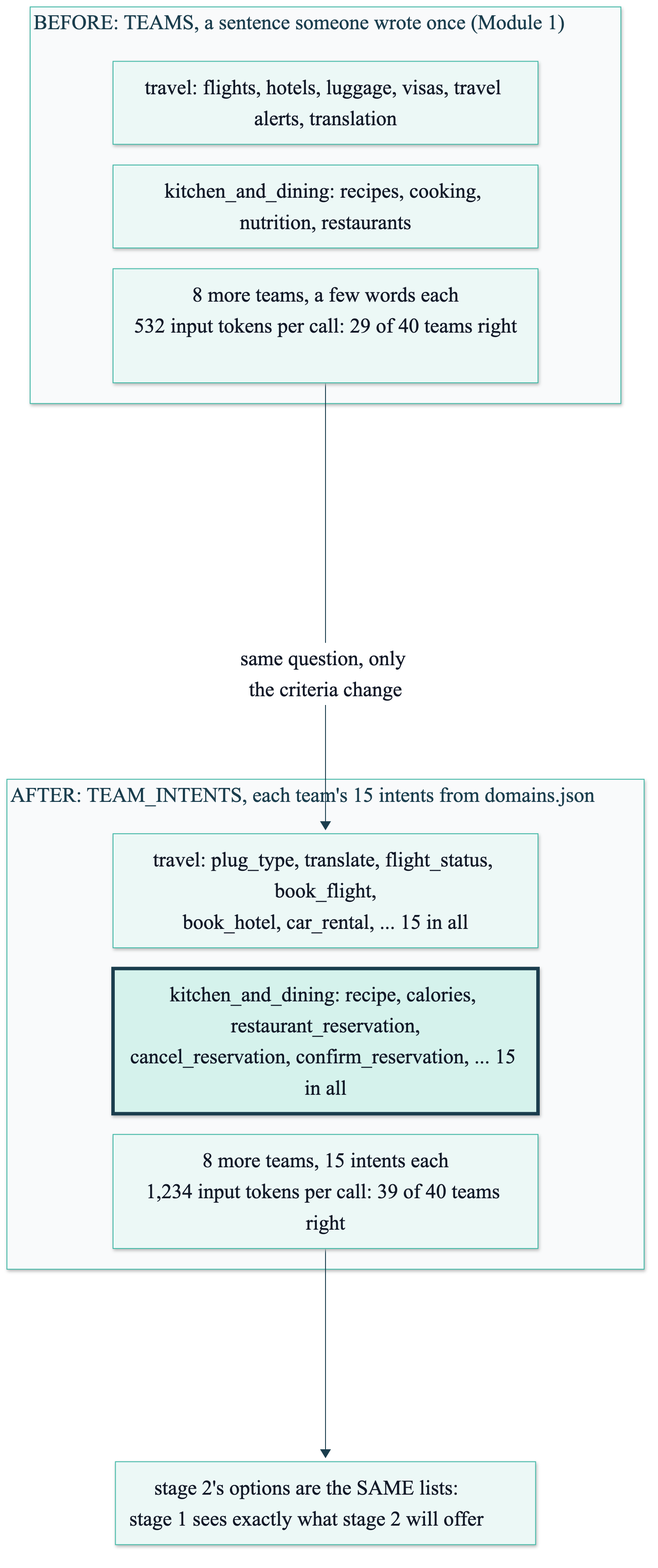
Earlier version of the Mermaid export course/diagrams/module_02/p3-criteria-as-data.png (axel-sirota/getting_started_jev). Its source is kept beside it as course/diagrams/module_02/p3-criteria-as-data.mmd. Its diagram source:
```mermaid
%%{init: {"theme": "base", "themeVariables": {"fontFamily": "Inter, sans-serif", "primaryColor": "#ECF8F6", "primaryBorderColor": "#40B8A6", "primaryTextColor": "#111827", "lineColor": "#1A3D4D", "secondaryColor": "#F9FAFB", "tertiaryColor": "#FFFFFF", "clusterBkg": "#F9FAFB", "clusterBorder": "#D1D5DB", "actorBkg": "#ECF8F6", "actorBorder": "#40B8A6", "noteBkgColor": "#FFF6DA", "noteBorderColor": "#E0B84C"}}}%%
flowchart TD
  subgraph TEXT["BEFORE: TEAMS, a sentence someone wrote once (Module 1)"]
    t1["travel: flights, hotels, luggage, visas, travel alerts, translation"]
    t2["kitchen_and_dining: recipes, cooking, nutrition, restaurants"]
    t3["8 more teams, a few words each<br/>532 input tokens per call: 29 of 40 teams right"]
  end
  subgraph DATA["AFTER: TEAM_INTENTS, each team's 15 intents from domains.json"]
    d1["travel: plug_type, translate, flight_status, book_flight,<br/>book_hotel, car_rental, ... 15 in all"]
    d2["kitchen_and_dining: recipe, calories, restaurant_reservation,<br/>cancel_reservation, confirm_reservation, ... 15 in all"]
    d3["8 more teams, 15 intents each<br/>1,234 input tokens per call: 39 of 40 teams right"]
  end
  S2["stage 2's options are the SAME lists:<br/>stage 1 sees exactly what stage 2 will offer"]
  t1 ~~~ t2 ~~~ t3
  d1 ~~~ d2 ~~~ d3
  t3 -- "same question, only the criteria change" --> d1
  d3 --> S2

  classDef fail fill:#FDECEA,stroke:#B42318,stroke-width:4px
  classDef changed fill:#D5F2EC,stroke:#1A3D4D,stroke-width:4px
  classDef ok fill:#ECF8F6,stroke:#1A3D4D,stroke-width:3px
  class d2 changed
```
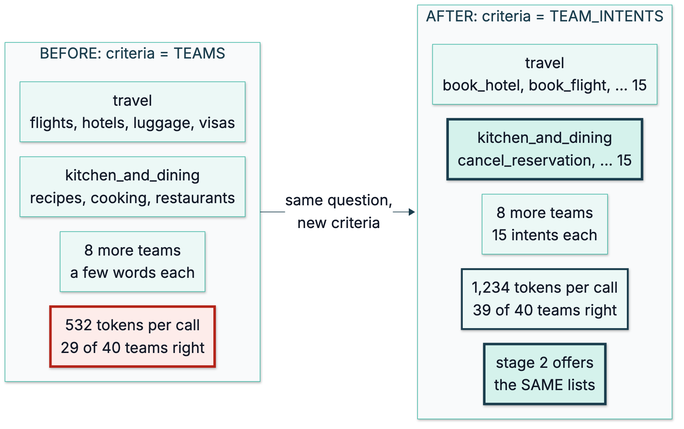
Above is the later version.

Change to the diagram source:
```diff
@@ -1,22 +1,27 @@
 %%{init: {"theme": "base", "themeVariables": {"fontFamily": "Inter, sans-serif", "primaryColor": "#ECF8F6", "primaryBorderColor": "#40B8A6", "primaryTextColor": "#111827", "lineColor": "#1A3D4D", "secondaryColor": "#F9FAFB", "tertiaryColor": "#FFFFFF", "clusterBkg": "#F9FAFB", "clusterBorder": "#D1D5DB", "actorBkg": "#ECF8F6", "actorBorder": "#40B8A6", "noteBkgColor": "#FFF6DA", "noteBorderColor": "#E0B84C"}}}%%
-flowchart TD
-  subgraph TEXT["BEFORE: TEAMS, a sentence someone wrote once (Module 1)"]
-    t1["travel: flights, hotels, luggage, visas, travel alerts, translation"]
-    t2["kitchen_and_dining: recipes, cooking, nutrition, restaurants"]
-    t3["8 more teams, a few words each<br/>532 input tokens per call: 29 of 40 teams right"]
+flowchart LR
+  subgraph TEXT["BEFORE: criteria = TEAMS"]
+    direction TB
+    t1["travel<br/>flights, hotels, luggage, visas"]
+    t2["kitchen_and_dining<br/>recipes, cooking, restaurants"]
+    t3["8 more teams<br/>a few words each"]
+    t4["532 tokens per call<br/>29 of 40 teams right"]
+    t1 ~~~ t2 ~~~ t3 ~~~ t4
   end
-  subgraph DATA["AFTER: TEAM_INTENTS, each team's 15 intents from domains.json"]
-    d1["travel: plug_type, translate, flight_status, book_flight,<br/>book_hotel, car_rental, ... 15 in all"]
-    d2["kitchen_and_dining: recipe, calories, restaurant_reservation,<br/>cancel_reservation, confirm_reservation, ... 15 in all"]
-    d3["8 more teams, 15 intents each<br/>1,234 input tokens per call: 39 of 40 teams right"]
+  subgraph DATA["AFTER: criteria = TEAM_INTENTS"]
+    direction TB
+    d1["travel<br/>book_hotel, book_flight, ... 15"]
+    d2["kitchen_and_dining<br/>cancel_reservation, ... 15"]
+    d3["8 more teams<br/>15 intents each"]
+    d4["1,234 tokens per call<br/>39 of 40 teams right"]
+    d5["stage 2 offers<br/>the SAME lists"]
+    d1 ~~~ d2 ~~~ d3 ~~~ d4 ~~~ d5
   end
-  S2["stage 2's options are the SAME lists:<br/>stage 1 sees exactly what stage 2 will offer"]
-  t1 ~~~ t2 ~~~ t3
-  d1 ~~~ d2 ~~~ d3
-  t3 -- "same question, only the criteria change" --> d1
-  d3 --> S2
+  TEXT -- "same question,<br/>new criteria" --> DATA
 
   classDef fail fill:#FDECEA,stroke:#B42318,stroke-width:4px
   classDef changed fill:#D5F2EC,stroke:#1A3D4D,stroke-width:4px
   classDef ok fill:#ECF8F6,stroke:#1A3D4D,stroke-width:3px
-  class d2 changed
+  class t4 fail
+  class d2,d5 changed
+  class d4 ok
```
